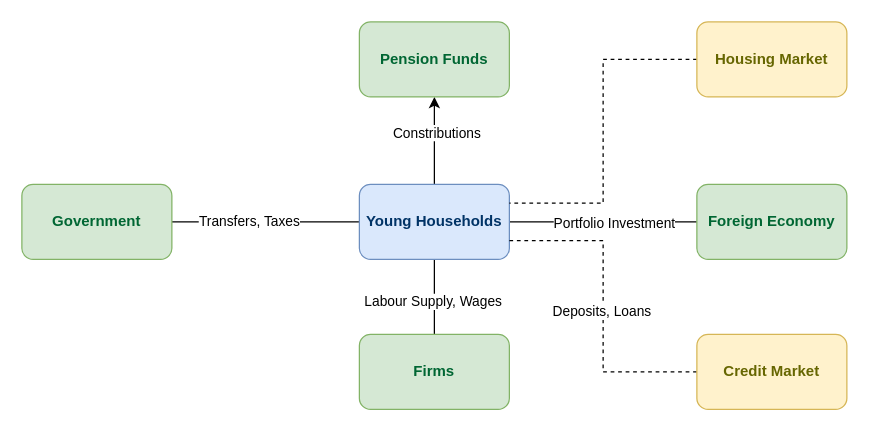
This is CRASH_households.drawio from zuzancek/schemes, a draw.io file, before an edit. Source tidied: cells renumbered, new cells numbered last; positions are measured from the earlier drawing's top-left corner, leaving out a move shared by most shapes. Both pictures are drawn from the tidied source at 125%, with x=0, y=0 at pixel (21, 21).
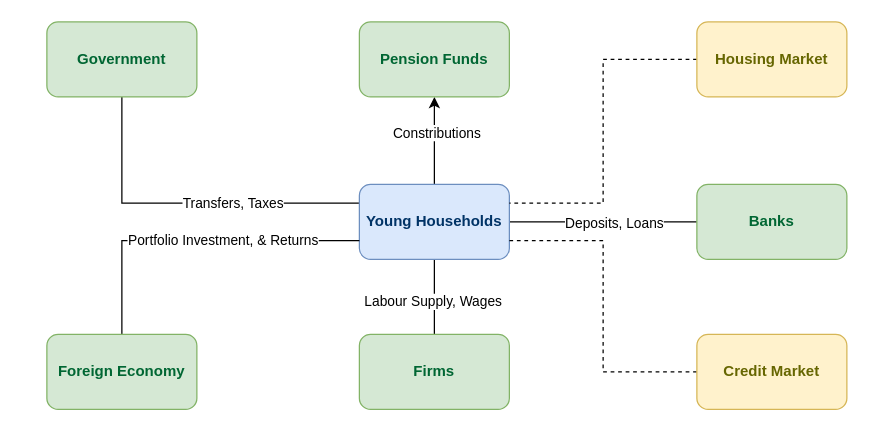
The same page after the edit.

The change refers to these unchanged cells:
```xml
<mxCell id="2" style="edgeStyle=orthogonalEdgeStyle;rounded=0;jettySize=auto;html=1;entryX=0;entryY=0.5;entryDx=0;entryDy=0;endArrow=none;endFill=0;" parent="1" edge="1" source="10" target="13">
  <mxGeometry relative="1" as="geometry" />
</mxCell>
<mxCell id="10" value="Young Households" style="rounded=1;whiteSpace=wrap;html=1;fillColor=#dae8fc;strokeColor=#6c8ebf;fontColor=#003366;fontStyle=1;" parent="1" vertex="1">
  <mxGeometry x="270" y="130" width="120" height="60" as="geometry" />
</mxCell>
<mxCell id="16" style="edgeStyle=orthogonalEdgeStyle;rounded=0;jettySize=auto;html=1;entryX=1;entryY=0.75;entryDx=0;entryDy=0;dashed=1;endArrow=none;endFill=0;" parent="1" edge="1" source="18" target="10">
  <mxGeometry relative="1" as="geometry" />
</mxCell>
```

Change to the diagram source:
```diff
@@
-    <mxCell id="3" value="Portfolio Investment" style="edgeLabel;html=1;align=center;verticalAlign=middle;" parent="2" vertex="1">
+    <mxCell id="3" value="Deposits, Loans" style="edgeLabel;html=1;align=center;verticalAlign=middle;" parent="2" vertex="1">
       <mxGeometry x="0.1" relative="1" as="geometry" />
     </mxCell>
@@
-    <mxCell id="8" style="edgeStyle=orthogonalEdgeStyle;rounded=0;jettySize=auto;html=1;endArrow=none;endFill=0;" parent="1" edge="1" source="10" target="19">
+    <mxCell id="8" style="edgeStyle=orthogonalEdgeStyle;rounded=0;jettySize=auto;html=1;endArrow=none;endFill=0;exitX=0;exitY=0.25;exitDx=0;exitDy=0;" parent="1" edge="1" source="10" target="19">
       <mxGeometry relative="1" as="geometry" />
     </mxCell>
     <mxCell id="9" value="Transfers, Taxes" style="edgeLabel;html=1;align=center;verticalAlign=middle;" parent="8" vertex="1">
-      <mxGeometry x="0.19" y="-1" relative="1" as="geometry" />
+      <mxGeometry x="0.19" y="-1" relative="1" as="geometry">
+        <mxPoint x="62" as="offset" />
+      </mxGeometry>
     </mxCell>
@@
-    <mxCell id="13" value="Foreign Economy" style="rounded=1;whiteSpace=wrap;html=1;fillColor=#d5e8d4;strokeColor=#82b366;fontColor=#006633;fontStyle=1;" parent="1" vertex="1">
+    <mxCell id="13" value="Banks" style="rounded=1;whiteSpace=wrap;html=1;fillColor=#d5e8d4;strokeColor=#82b366;fontColor=#006633;fontStyle=1;" parent="1" vertex="1">
       <mxGeometry x="540" y="130" width="120" height="60" as="geometry" />
     </mxCell>
@@
-    <mxCell id="17" value="Deposits, Loans" style="edgeLabel;html=1;align=center;verticalAlign=middle;" parent="16" vertex="1">
-      <mxGeometry x="-0.03" y="2" relative="1" as="geometry" />
-    </mxCell>
@@
     <mxCell id="19" value="Government" style="rounded=1;whiteSpace=wrap;html=1;fillColor=#d5e8d4;strokeColor=#82b366;fontColor=#006633;fontStyle=1;" parent="1" vertex="1">
-      <mxGeometry y="130" width="120" height="60" as="geometry" />
+      <mxGeometry x="20" width="120" height="60" as="geometry" />
     </mxCell>
+    <mxCell id="20" style="edgeStyle=orthogonalEdgeStyle;rounded=0;jettySize=auto;html=1;entryX=0;entryY=0.75;entryDx=0;entryDy=0;exitX=0.5;exitY=0;exitDx=0;exitDy=0;endArrow=none;endFill=0;" parent="1" edge="1" source="22" target="10">
+      <mxGeometry relative="1" as="geometry" />
+    </mxCell>
+    <mxCell id="21" value="Portfolio Investment, &amp;amp; Returns" style="edgeLabel;html=1;align=center;verticalAlign=middle;" parent="20" vertex="1">
+      <mxGeometry x="-0.02" y="1" relative="1" as="geometry">
+        <mxPoint x="25" as="offset" />
+      </mxGeometry>
+    </mxCell>
+    <mxCell id="22" value="Foreign Economy" style="rounded=1;whiteSpace=wrap;html=1;fillColor=#d5e8d4;strokeColor=#82b366;fontColor=#006633;fontStyle=1;" parent="1" vertex="1">
+      <mxGeometry x="20" y="250" width="120" height="60" as="geometry" />
+    </mxCell>
```
